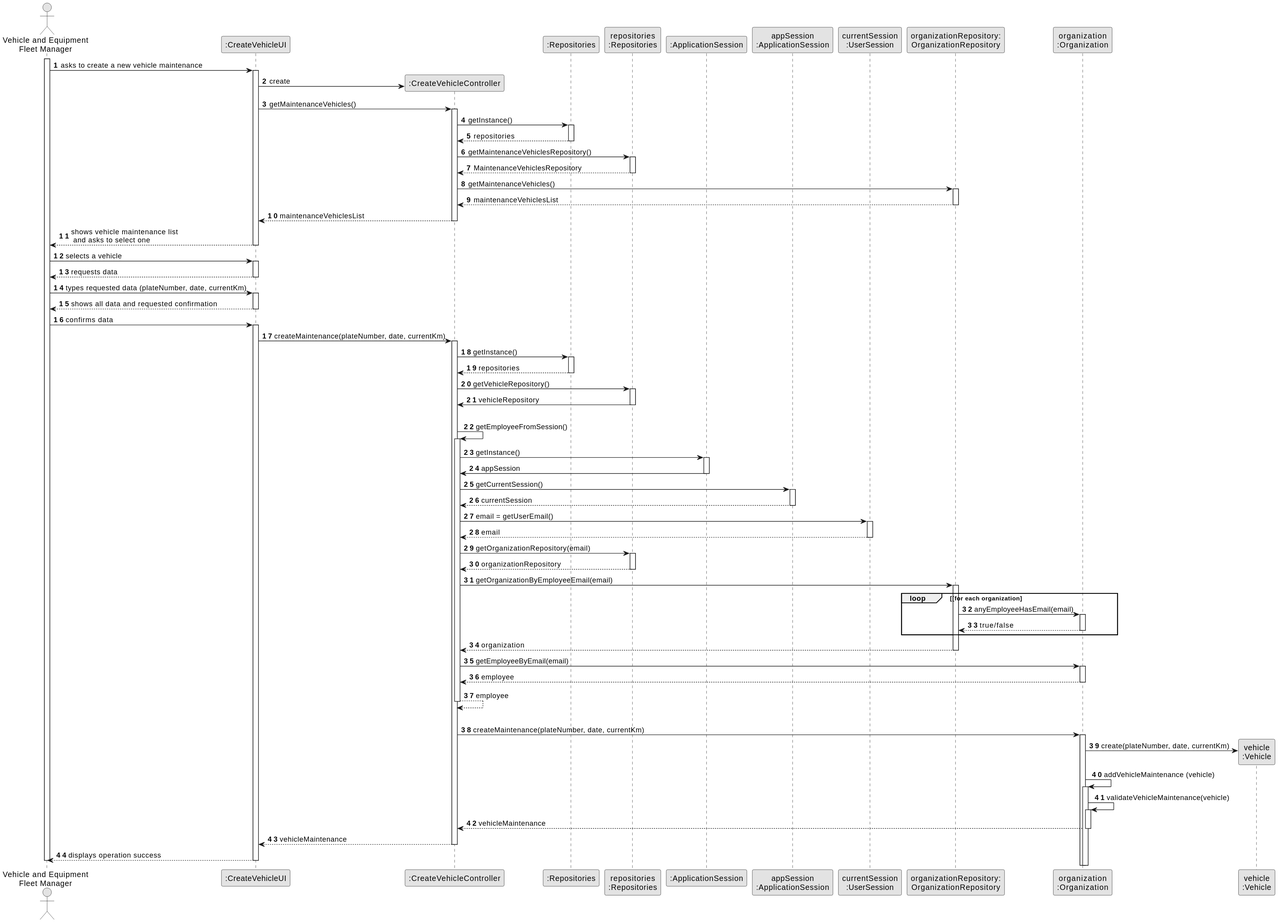
Earlier version of the PlantUML export docs/sprintB/us07/03.design/svg/us07-sequence-diagram-full.svg (Paulo-Pereira-at-ISEP/lei-24-s2-1nanb-g321). Its diagram source:
```plantuml
@startuml
skinparam monochrome true
skinparam packageStyle rectangle
skinparam shadowing false

autonumber

actor "Vehicle and Equipment\nFleet Manager" as VFM
participant ":CreateVehicleUI" as UI
participant ":CreateVehicleController" as CTRL
participant ":Repositories" as RepositorySingleton
participant "repositories\n:Repositories" as PLAT
participant ":ApplicationSession" as _APP
participant "appSession\n:ApplicationSession" as APP
participant "currentSession\n:UserSession" as SESSAO
participant "organizationRepository:\nOrganizationRepository" as OrganizationRepository
participant "organization\n:Organization" as ORG
participant "vehicle\n:Vehicle" as VCLE

activate VFM

        VFM -> UI : asks to create a new vehicle maintenance

        activate UI

            UI -> CTRL** : create

            UI -> CTRL : getMaintenanceVehicles()
                activate CTRL

                    CTRL -> RepositorySingleton : getInstance()
                        activate RepositorySingleton

                            RepositorySingleton --> CTRL: repositories
                        deactivate RepositorySingleton

                    CTRL -> PLAT : getMaintenanceVehiclesRepository()
                        activate PLAT

                            PLAT --> CTRL: MaintenanceVehiclesRepository
                        deactivate PLAT

                    CTRL -> OrganizationRepository : getMaintenanceVehicles()
                        activate OrganizationRepository

                            OrganizationRepository --> CTRL : maintenanceVehiclesList
                        deactivate OrganizationRepository

            CTRL --> UI : maintenanceVehiclesList
                deactivate CTRL

        UI --> VFM : shows vehicle maintenance list\n and asks to select one
            deactivate UI

    VFM -> UI : selects a vehicle
    activate UI

        UI --> VFM : requests data
    deactivate UI

    VFM -> UI : types requested data (plateNumber, date, currentKm)
    activate UI

        UI --> VFM : shows all data and requested confirmation
    deactivate UI

    VFM -> UI : confirms data
    activate UI

        UI -> CTRL : createMaintenance(plateNumber, date, currentKm)
        activate CTRL

                CTRL -> RepositorySingleton : getInstance()
                activate RepositorySingleton

                    RepositorySingleton --> CTRL: repositories
                deactivate RepositorySingleton

                CTRL -> PLAT : getVehicleRepository()
                activate PLAT

                    PLAT -> CTRL : vehicleRepository
                deactivate PLAT

            |||
            CTRL -> CTRL : getEmployeeFromSession()
            activate CTRL

                CTRL -> _APP: getInstance()
                activate _APP
                    _APP -> CTRL: appSession
                deactivate _APP


                CTRL -> APP: getCurrentSession()
                activate APP

                    APP --> CTRL: currentSession
                deactivate APP

                CTRL -> SESSAO: email = getUserEmail()
                activate SESSAO

                    SESSAO --> CTRL: email
                deactivate SESSAO


                CTRL -> PLAT: getOrganizationRepository(email)
                activate PLAT

                    PLAT --> CTRL: organizationRepository
                deactivate PLAT


                CTRL -> OrganizationRepository: getOrganizationByEmployeeEmail(email)
                activate OrganizationRepository

                    loop [for each organization
                        OrganizationRepository -> ORG : anyEmployeeHasEmail(email)
                        activate ORG

                             ORG --> OrganizationRepository : true/false
                        deactivate ORG
                    end
                    OrganizationRepository --> CTRL : organization
                deactivate OrganizationRepository

                CTRL -> ORG: getEmployeeByEmail(email)
                activate ORG

                    ORG --> CTRL : employee
                deactivate ORG

                CTRL --> CTRL : employee
            deactivate CTRL

            |||
            CTRL -> ORG: createMaintenance(plateNumber, date, currentKm)
            activate ORG

                ORG -> VCLE**: create(plateNumber, date, currentKm)
                ORG -> ORG: addVehicleMaintenance (vehicle)


                activate ORG
                    ORG -> ORG: validateVehicleMaintenance(vehicle)
                    activate ORG

                ORG --> CTRL : vehicleMaintenance

            deactivate ORG

            CTRL --> UI: vehicleMaintenance
            deactivate CTRL
            UI --> VFM: displays operation success
    deactivate UI

deactivate VFM
@enduml
```
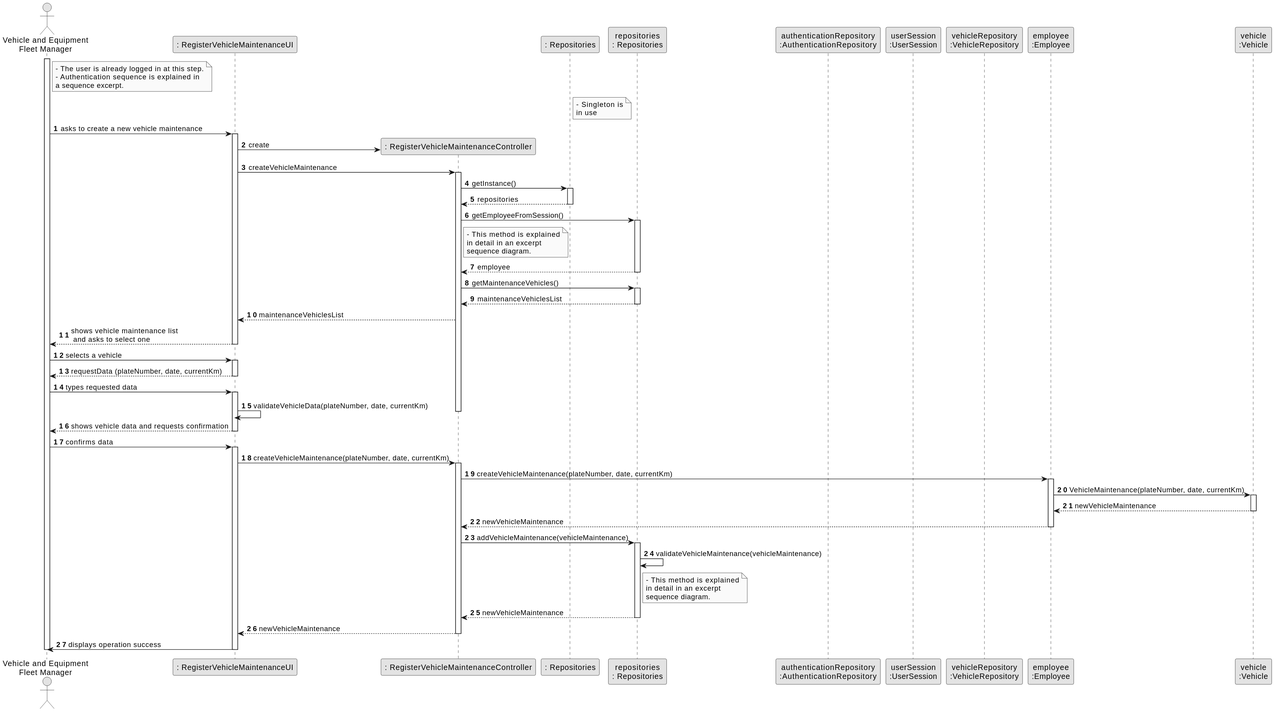
The same file after the commit.

Diff of the diagram source:
```diff
@@ -5,154 +5,144 @@
 
 autonumber
 
+
 actor "Vehicle and Equipment\nFleet Manager" as VFM
-participant ":CreateVehicleUI" as UI
-participant ":CreateVehicleController" as CTRL
-participant ":Repositories" as RepositorySingleton
-participant "repositories\n:Repositories" as PLAT
-participant ":ApplicationSession" as _APP
-participant "appSession\n:ApplicationSession" as APP
-participant "currentSession\n:UserSession" as SESSAO
-participant "organizationRepository:\nOrganizationRepository" as OrganizationRepository
-participant "organization\n:Organization" as ORG
-participant "vehicle\n:Vehicle" as VCLE
+participant ": RegisterVehicleMaintenanceUI" as UI
+participant ": RegisterVehicleMaintenanceController" as CTRL
+participant ": Repositories" as ORG_SINGLETON
+participant "repositories\n: Repositories" as ORG_INSTANCE
+participant "authenticationRepository\n:AuthenticationRepository" as AUTH_REPO
+participant "userSession\n:UserSession" as USR_SESSION
+participant "vehicleRepository\n:VehicleRepository" as VEHICLE_REPO_INSTANCE
+participant "employee\n:Employee" as MNGR
+participant "vehicle\n:Vehicle" as VEHICLE
+
+
+note right of VFM
+    - The user is already logged in at this step.
+    - Authentication sequence is explained in
+    a sequence excerpt.
+end note
+
+note right of ORG_SINGLETON
+    - Singleton is
+    in use
+end note
+
 
 activate VFM
 
         VFM -> UI : asks to create a new vehicle maintenance
 
         activate UI
-
             UI -> CTRL** : create
 
-            UI -> CTRL : getMaintenanceVehicles()
-                activate CTRL
+            UI -> CTRL : createVehicleMaintenance
 
-                    CTRL -> RepositorySingleton : getInstance()
-                        activate RepositorySingleton
+            activate CTRL
 
-                            RepositorySingleton --> CTRL: repositories
-                        deactivate RepositorySingleton
+                CTRL -> ORG_SINGLETON : getInstance()
 
-                    CTRL -> PLAT : getMaintenanceVehiclesRepository()
-                        activate PLAT
+                    activate ORG_SINGLETON
 
-                            PLAT --> CTRL: MaintenanceVehiclesRepository
-                        deactivate PLAT
+                    ORG_SINGLETON --> CTRL : repositories
 
-                    CTRL -> OrganizationRepository : getMaintenanceVehicles()
-                        activate OrganizationRepository
+                deactivate ORG_SINGLETON
 
-                            OrganizationRepository --> CTRL : maintenanceVehiclesList
-                        deactivate OrganizationRepository
+                CTRL -> ORG_INSTANCE : getEmployeeFromSession()
+
+                    note right of CTRL
+                        - This method is explained
+                        in detail in an excerpt
+                        sequence diagram.
+                    end note
+
+                    activate ORG_INSTANCE
+
+                    ORG_INSTANCE --> CTRL : employee
+
+                deactivate ORG_INSTANCE
+
+                CTRL -> ORG_INSTANCE : getMaintenanceVehicles()
+
+                    activate ORG_INSTANCE
+
+                    ORG_INSTANCE --> CTRL : maintenanceVehiclesList
+
+                deactivate ORG_INSTANCE
 
             CTRL --> UI : maintenanceVehiclesList
-                deactivate CTRL
 
         UI --> VFM : shows vehicle maintenance list\n and asks to select one
-            deactivate UI
 
-    VFM -> UI : selects a vehicle
-    activate UI
+        deactivate UI
 
-        UI --> VFM : requests data
-    deactivate UI
+        VFM -> UI : selects a vehicle
 
-    VFM -> UI : types requested data (plateNumber, date, currentKm)
-    activate UI
+        activate UI
+            UI --> VFM : requestData (plateNumber, date, currentKm)
 
-        UI --> VFM : shows all data and requested confirmation
-    deactivate UI
+        deactivate UI
 
-    VFM -> UI : confirms data
-    activate UI
+        VFM -> UI : types requested data
 
-        UI -> CTRL : createMaintenance(plateNumber, date, currentKm)
-        activate CTRL
+        activate UI
 
-                CTRL -> RepositorySingleton : getInstance()
-                activate RepositorySingleton
+            UI -> UI : validateVehicleData(plateNumber, date, currentKm)
 
-                    RepositorySingleton --> CTRL: repositories
-                deactivate RepositorySingleton
+            deactivate CTRL
 
-                CTRL -> PLAT : getVehicleRepository()
-                activate PLAT
+            UI --> VFM : shows vehicle data and requests confirmation
 
-                    PLAT -> CTRL : vehicleRepository
-                deactivate PLAT
+        deactivate UI
 
-            |||
-            CTRL -> CTRL : getEmployeeFromSession()
+            VFM -> UI : confirms data
+
+        activate UI
+
+            UI -> CTRL : createVehicleMaintenance(plateNumber, date, currentKm)
+
             activate CTRL
 
-                CTRL -> _APP: getInstance()
-                activate _APP
-                    _APP -> CTRL: appSession
-                deactivate _APP
+                CTRL -> MNGR : createVehicleMaintenance(plateNumber, date, currentKm)
+
+                activate MNGR
+
+                MNGR -> VEHICLE : VehicleMaintenance(plateNumber, date, currentKm)
+
+                activate VEHICLE
+
+                VEHICLE --> MNGR : newVehicleMaintenance
+
+                deactivate VEHICLE
+
+                MNGR --> CTRL : newVehicleMaintenance
+
+                deactivate MNGR
+
+                CTRL -> ORG_INSTANCE : addVehicleMaintenance(vehicleMaintenance)
+
+                activate ORG_INSTANCE
+
+                ORG_INSTANCE -> ORG_INSTANCE : validateVehicleMaintenance(vehicleMaintenance)
+
+                note right of ORG_INSTANCE
+                - This method is explained
+                in detail in an excerpt
+                sequence diagram.
+                end note
+
+                ORG_INSTANCE --> CTRL : newVehicleMaintenance
+
+                deactivate ORG_INSTANCE
+
+            CTRL --> UI : newVehicleMaintenance
 
 
-                CTRL -> APP: getCurrentSession()
-                activate APP
+        deactivate CTRL
 
-                    APP --> CTRL: currentSession
-                deactivate APP
+        UI -> VFM : displays operation success
 
-                CTRL -> SESSAO: email = getUserEmail()
-                activate SESSAO
-
-                    SESSAO --> CTRL: email
-                deactivate SESSAO
-
-
-                CTRL -> PLAT: getOrganizationRepository(email)
-                activate PLAT
-
-                    PLAT --> CTRL: organizationRepository
-                deactivate PLAT
-
-
-                CTRL -> OrganizationRepository: getOrganizationByEmployeeEmail(email)
-                activate OrganizationRepository
-
-                    loop [for each organization
-                        OrganizationRepository -> ORG : anyEmployeeHasEmail(email)
-                        activate ORG
-
-                             ORG --> OrganizationRepository : true/false
-                        deactivate ORG
-                    end
-                    OrganizationRepository --> CTRL : organization
-                deactivate OrganizationRepository
-
-                CTRL -> ORG: getEmployeeByEmail(email)
-                activate ORG
-
-                    ORG --> CTRL : employee
-                deactivate ORG
-
-                CTRL --> CTRL : employee
-            deactivate CTRL
-
-            |||
-            CTRL -> ORG: createMaintenance(plateNumber, date, currentKm)
-            activate ORG
-
-                ORG -> VCLE**: create(plateNumber, date, currentKm)
-                ORG -> ORG: addVehicleMaintenance (vehicle)
-
-
-                activate ORG
-                    ORG -> ORG: validateVehicleMaintenance(vehicle)
-                    activate ORG
-
-                ORG --> CTRL : vehicleMaintenance
-
-            deactivate ORG
-
-            CTRL --> UI: vehicleMaintenance
-            deactivate CTRL
-            UI --> VFM: displays operation success
     deactivate UI
 
 deactivate VFM
```
